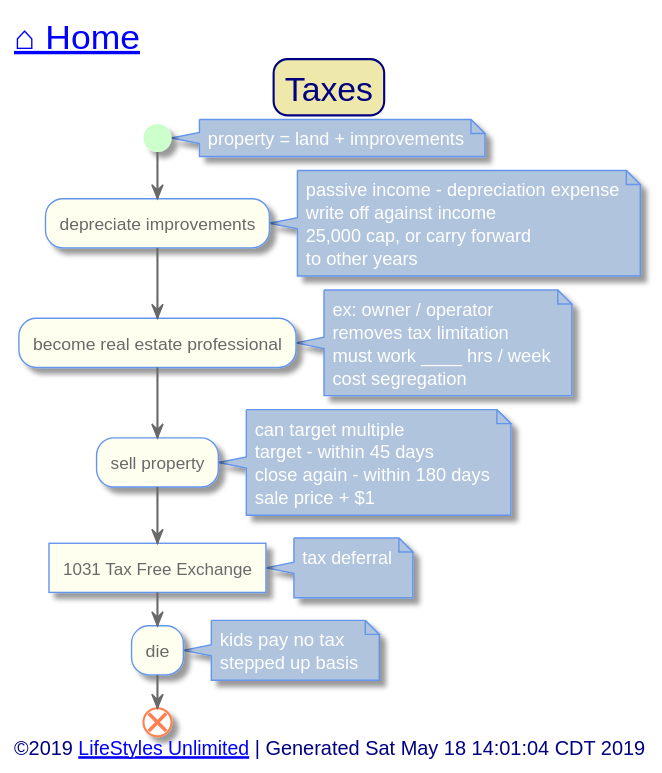
Before: out/src/unlimited-lifestyle/taxes.svg, a diagram exported from PlantUML (toddmo/lifestylesunlimited).
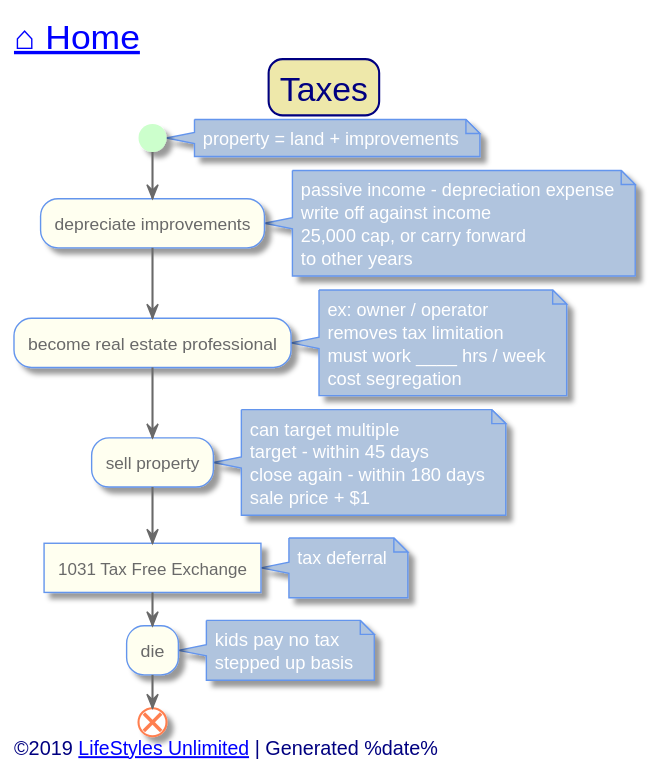
After the commit.

Diff of the diagram source:
```diff
@@ -126,7 +126,7 @@
 
 
 left footer
-	<font size=14>©2019 [[http://www.lifestylesunlimited.com LifeStyles Unlimited]] | Generated Sat May 18 14:01:04 CDT 2019</font>
+	<font size=14>©2019 [[http://www.lifestylesunlimited.com LifeStyles Unlimited]] | Generated %date%</font>
 endfooter
 
 
```
